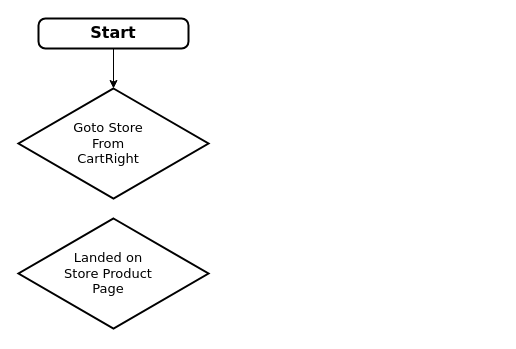
shoaibijaz/soding keeps this draw.io diagram as Tracking.drawio. Above is the earlier version. Source tidied: cells renumbered, new cells numbered last; positions are measured from the earlier drawing's top-left corner, leaving out a move shared by most shapes. Both pictures are drawn from the tidied source at 100%, with x=0, y=0 at pixel (18, 18).
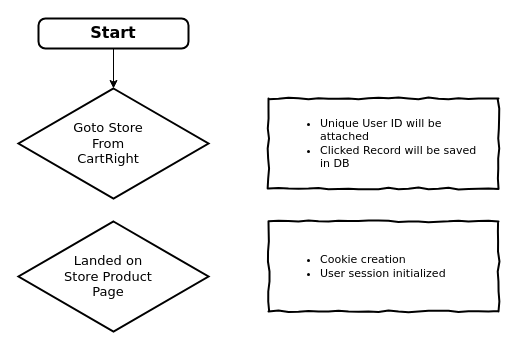
The same diagram, later.

Diff of the diagram source:
```diff
@@
 <mxGraphModel>
   <root>
     <mxCell id="0" />
     <mxCell id="1" parent="0" />
     <mxCell id="2" style="edgeStyle=orthogonalEdgeStyle;rounded=0;jettySize=auto;html=1;exitX=0.5;exitY=1;exitDx=0;exitDy=0;entryX=0.5;entryY=0;entryDx=0;entryDy=0;entryPerimeter=0;fontFamily=Verdana;fontSize=13;" parent="1" edge="1" source="3" target="5">
       <mxGeometry relative="1" as="geometry" />
     </mxCell>
     <mxCell id="3" style="rounded=1;whiteSpace=wrap;html=1;absoluteArcSize=1;arcSize=14;strokeWidth=2;" parent="1" vertex="1">
       <mxGeometry x="20" width="150" height="30" as="geometry" />
     </mxCell>
     <mxCell id="4" value="Start" style="text;html=1;strokeColor=none;fillColor=none;align=center;verticalAlign=middle;whiteSpace=wrap;rounded=0;fontStyle=1;fontFamily=Verdana;fontSize=16;" parent="1" vertex="1">
       <mxGeometry x="40" y="4" width="110" height="20" as="geometry" />
     </mxCell>
     <mxCell id="5" style="strokeWidth=2;html=1;shape=mxgraph.flowchart.decision;whiteSpace=wrap;fontFamily=Verdana;fontSize=16;" parent="1" vertex="1">
       <mxGeometry y="70" width="190" height="110" as="geometry" />
     </mxCell>
     <mxCell id="6" value="Goto Store From CartRight" style="text;html=1;strokeColor=none;fillColor=none;align=center;verticalAlign=middle;whiteSpace=wrap;rounded=0;fontFamily=Verdana;fontSize=13;" parent="1" vertex="1">
       <mxGeometry x="40" y="100" width="100" height="50" as="geometry" />
     </mxCell>
     <mxCell id="7" style="strokeWidth=2;html=1;shape=mxgraph.flowchart.decision;whiteSpace=wrap;fontFamily=Verdana;fontSize=16;" parent="1" vertex="1">
-      <mxGeometry y="200" width="190" height="110" as="geometry" />
+      <mxGeometry y="203" width="190" height="110" as="geometry" />
     </mxCell>
     <mxCell id="8" value="Landed on Store Product Page" style="text;html=1;strokeColor=none;fillColor=none;align=center;verticalAlign=middle;whiteSpace=wrap;rounded=0;fontFamily=Verdana;fontSize=13;" parent="1" vertex="1">
-      <mxGeometry x="40" y="230" width="100" height="50" as="geometry" />
+      <mxGeometry x="40" y="233" width="100" height="50" as="geometry" />
     </mxCell>
+    <mxCell id="9" style="html=1;whiteSpace=wrap;comic=1;strokeWidth=2;fontFamily=Comic Sans MS;fontStyle=1;" parent="1" vertex="1">
+      <mxGeometry x="250" y="80" width="230" height="90" as="geometry" />
+    </mxCell>
+    <mxCell id="10" value="&lt;ul style=&quot;font-size: 11px&quot;&gt;&lt;li&gt;&lt;span&gt;Unique User ID will be attached&lt;/span&gt;&lt;/li&gt;&lt;li&gt;&lt;span&gt;Clicked Record will be saved in DB&lt;/span&gt;&lt;/li&gt;&lt;/ul&gt;" style="text;html=1;strokeColor=none;fillColor=none;align=left;verticalAlign=middle;whiteSpace=wrap;rounded=0;fontFamily=Verdana;fontSize=13;" parent="1" vertex="1">
+      <mxGeometry x="260" y="90" width="210" height="70" as="geometry" />
+    </mxCell>
+    <mxCell id="11" style="html=1;whiteSpace=wrap;comic=1;strokeWidth=2;fontFamily=Comic Sans MS;fontStyle=1;" parent="1" vertex="1">
+      <mxGeometry x="250" y="203" width="230" height="90" as="geometry" />
+    </mxCell>
+    <mxCell id="12" value="&lt;ul style=&quot;font-size: 11px&quot;&gt;&lt;li&gt;&lt;span&gt;Cookie creation&lt;/span&gt;&lt;/li&gt;&lt;li&gt;&lt;span&gt;User session initialized&lt;/span&gt;&lt;/li&gt;&lt;/ul&gt;" style="text;html=1;strokeColor=none;fillColor=none;align=left;verticalAlign=middle;whiteSpace=wrap;rounded=0;fontFamily=Verdana;fontSize=13;" parent="1" vertex="1">
+      <mxGeometry x="260" y="213" width="210" height="70" as="geometry" />
+    </mxCell>
   </root>
 </mxGraphModel>
```
